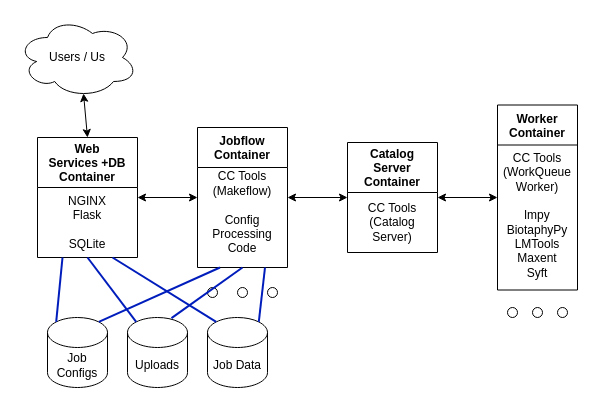
This is docs/draw_io_diagrams/lm_container_diagram.drawio from specifysystems/complexify, a draw.io file, before an edit. Source tidied: cells renumbered, new cells numbered last; positions are measured from the earlier drawing's top-left corner, leaving out a move shared by most shapes. Both pictures are drawn from the tidied source at 100%, with x=0, y=0 at pixel (17, 17).
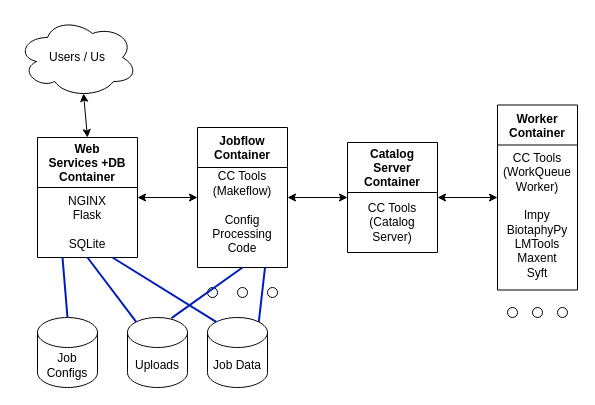
The same page after the edit.

The change refers to these unchanged cells:
```xml
<mxCell id="2" value="Web &#10;Services +DB&#10;Container" style="swimlane;startSize=50;" parent="1" vertex="1">
  <mxGeometry x="20" y="120" width="100" height="120" as="geometry" />
</mxCell>
<mxCell id="4" value="Jobflow&#10;Container" style="swimlane;startSize=40;" parent="1" vertex="1">
  <mxGeometry x="180" y="110" width="90" height="140" as="geometry" />
</mxCell>
```

What changed in the source:
```diff
@@
     <mxCell id="21" value="Job&lt;br&gt;Configs" style="shape=cylinder3;whiteSpace=wrap;html=1;boundedLbl=1;backgroundOutline=1;size=15;" parent="1" vertex="1">
-      <mxGeometry x="30" y="300" width="60" height="70" as="geometry" />
+      <mxGeometry x="20" y="300" width="60" height="70" as="geometry" />
     </mxCell>
@@
-    <mxCell id="24" style="endArrow=none;html=1;rounded=0;exitX=0.25;exitY=1;exitDx=0;exitDy=0;entryX=0.145;entryY=0;entryDx=0;entryDy=4.35;entryPerimeter=0;strokeWidth=2;fillColor=#0050ef;strokeColor=#001DBC;" parent="1" edge="1" source="2" target="21">
+    <mxCell id="24" style="endArrow=none;html=1;rounded=0;exitX=0.25;exitY=1;exitDx=0;exitDy=0;entryX=0.5;entryY=0;entryDx=0;entryDy=0;entryPerimeter=0;strokeWidth=2;fillColor=#0050ef;strokeColor=#001DBC;" parent="1" edge="1" source="2" target="21">
       <mxGeometry relative="1" as="geometry" />
     </mxCell>
@@
-    <mxCell id="27" style="endArrow=none;html=1;rounded=0;exitX=0.25;exitY=1;exitDx=0;exitDy=0;entryX=0.855;entryY=0;entryDx=0;entryDy=4.35;entryPerimeter=0;strokeWidth=2;fillColor=#0050ef;strokeColor=#001DBC;" parent="1" edge="1" source="4" target="21">
-      <mxGeometry relative="1" as="geometry" />
-    </mxCell>
```
